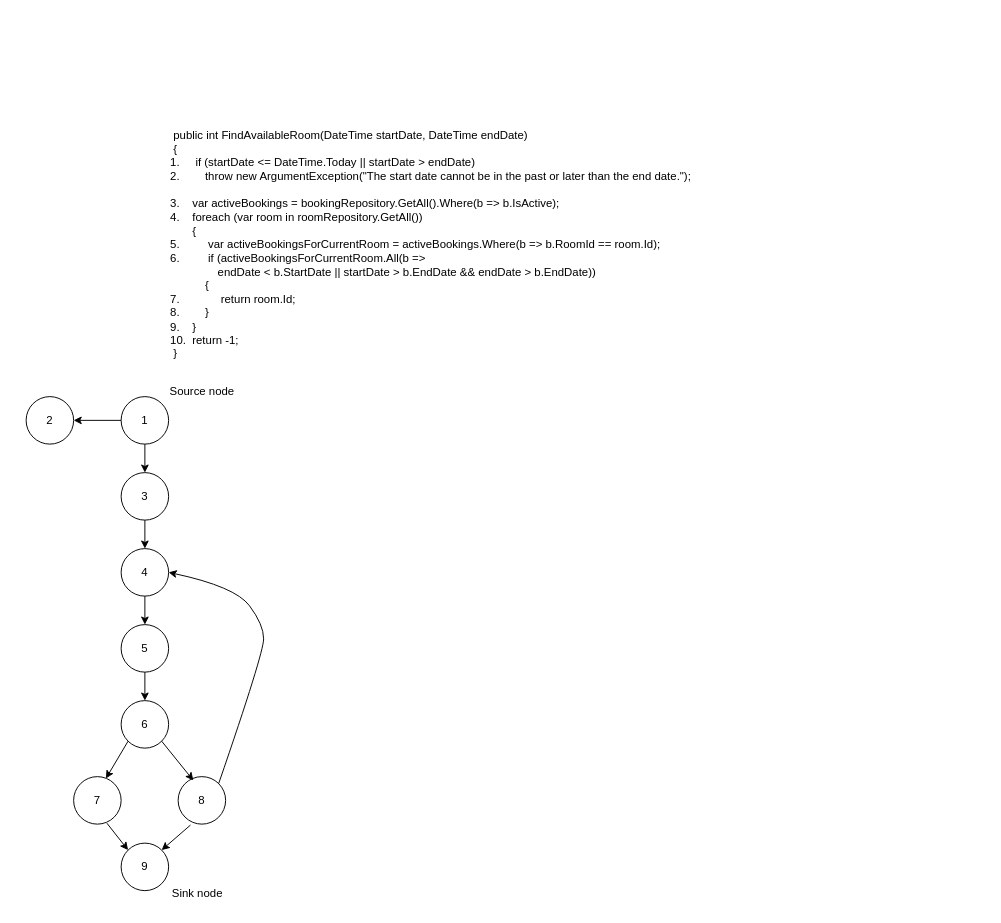
Before: page "GetFullyOccupiedDates" (2 of 2) of Unavngivet diagram.drawio in leaand01/WhiteBoxTesting_temp, a draw.io diagram. Source tidied: cells renumbered, new cells numbered last; positions are measured from the earlier drawing's top-left corner, leaving out a move shared by most shapes. Both pictures are drawn from the tidied source at 95%, with x=0, y=0 at pixel (26, 121).
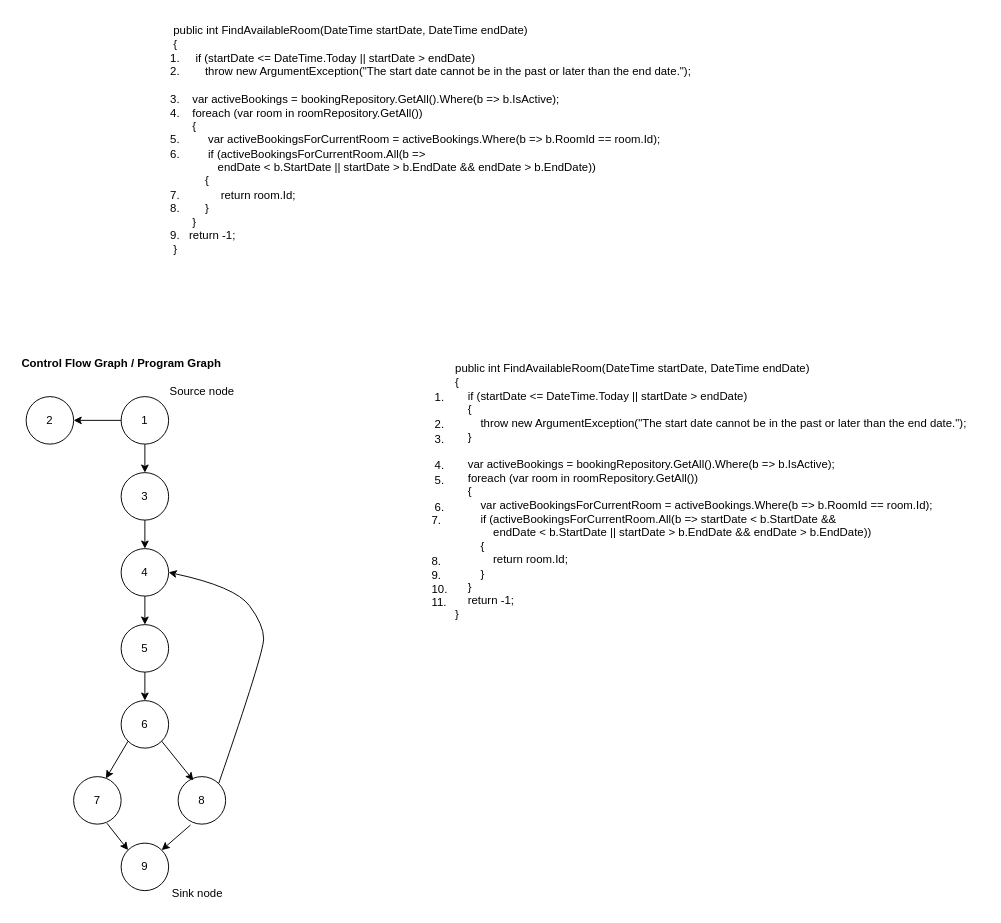
Above is the later version.

Commit message (it also covers changes not shown here):
update first program graph

Diff of the diagram source:
```diff
@@
-    <mxCell id="2" value="&lt;div&gt;&amp;nbsp;public int FindAvailableRoom(DateTime startDate, DateTime endDate)&lt;/div&gt;&lt;div&gt;&amp;nbsp;{&lt;/div&gt;&lt;div&gt;1.&amp;nbsp; &amp;nbsp; &amp;nbsp;if (startDate &amp;lt;= DateTime.Today || startDate &amp;gt; endDate)&lt;/div&gt;&lt;div&gt;2.&amp;nbsp; &amp;nbsp; &amp;nbsp; &amp;nbsp; throw new ArgumentException(&quot;The start date cannot be in the past or later than the end date.&quot;);&lt;/div&gt;&lt;div&gt;&lt;br&gt;&lt;/div&gt;&lt;div&gt;3.&amp;nbsp; &amp;nbsp; var activeBookings = bookingRepository.GetAll().Where(b =&amp;gt; b.IsActive);&lt;/div&gt;&lt;div&gt;4.&amp;nbsp; &amp;nbsp; foreach (var room in roomRepository.GetAll())&lt;/div&gt;&lt;div&gt;&amp;nbsp; &amp;nbsp; &amp;nbsp; &amp;nbsp;{&lt;/div&gt;&lt;div&gt;5.&amp;nbsp; &amp;nbsp; &amp;nbsp; &amp;nbsp; &amp;nbsp;var activeBookingsForCurrentRoom = activeBookings.Where(b =&amp;gt; b.RoomId == room.Id);&lt;/div&gt;&lt;div&gt;6.&amp;nbsp; &amp;nbsp; &amp;nbsp; &amp;nbsp; &amp;nbsp;if (activeBookingsForCurrentRoom.All(b =&amp;gt; &lt;/div&gt;&lt;div&gt;&amp;nbsp; &amp;nbsp; &amp;nbsp; &amp;nbsp; &amp;nbsp; &amp;nbsp; &amp;nbsp; &amp;nbsp;endDate &amp;lt; b.StartDate || startDate &amp;gt; b.EndDate &amp;amp;&amp;amp; endDate &amp;gt; b.EndDate))&lt;/div&gt;&lt;div&gt;&amp;nbsp; &amp;nbsp; &amp;nbsp; &amp;nbsp; &amp;nbsp; &amp;nbsp;{&lt;/div&gt;&lt;div&gt;7.&amp;nbsp; &amp;nbsp; &amp;nbsp; &amp;nbsp; &amp;nbsp; &amp;nbsp; &amp;nbsp;return room.Id;&lt;/div&gt;&lt;div&gt;8.&amp;nbsp; &amp;nbsp; &amp;nbsp; &amp;nbsp; }&lt;/div&gt;&lt;div&gt;9.&amp;nbsp; &amp;nbsp; }&lt;/div&gt;&lt;div&gt;10.&amp;nbsp; return -1;&lt;/div&gt;&lt;div&gt;&amp;nbsp;}&lt;/div&gt;" style="text;html=1;align=left;verticalAlign=middle;strokeColor=none;fillColor=none;" parent="1" vertex="1">
-      <mxGeometry x="150" width="570" height="260" as="geometry" />
+    <mxCell id="2" value="&lt;div&gt;&amp;nbsp;public int FindAvailableRoom(DateTime startDate, DateTime endDate)&lt;/div&gt;&lt;div&gt;&amp;nbsp;{&lt;/div&gt;&lt;div&gt;1.&amp;nbsp; &amp;nbsp; &amp;nbsp;if (startDate &amp;lt;= DateTime.Today || startDate &amp;gt; endDate)&lt;/div&gt;&lt;div&gt;2.&amp;nbsp; &amp;nbsp; &amp;nbsp; &amp;nbsp; throw new ArgumentException(&quot;The start date cannot be in the past or later than the end date.&quot;);&lt;/div&gt;&lt;div&gt;&lt;br&gt;&lt;/div&gt;&lt;div&gt;3.&amp;nbsp; &amp;nbsp; var activeBookings = bookingRepository.GetAll().Where(b =&amp;gt; b.IsActive);&lt;/div&gt;&lt;div&gt;4.&amp;nbsp; &amp;nbsp; foreach (var room in roomRepository.GetAll())&lt;/div&gt;&lt;div&gt;&amp;nbsp; &amp;nbsp; &amp;nbsp; &amp;nbsp;{&lt;/div&gt;&lt;div&gt;5.&amp;nbsp; &amp;nbsp; &amp;nbsp; &amp;nbsp; &amp;nbsp;var activeBookingsForCurrentRoom = activeBookings.Where(b =&amp;gt; b.RoomId == room.Id);&lt;/div&gt;&lt;div&gt;6.&amp;nbsp; &amp;nbsp; &amp;nbsp; &amp;nbsp; &amp;nbsp;if (activeBookingsForCurrentRoom.All(b =&amp;gt; &lt;/div&gt;&lt;div&gt;&amp;nbsp; &amp;nbsp; &amp;nbsp; &amp;nbsp; &amp;nbsp; &amp;nbsp; &amp;nbsp; &amp;nbsp;endDate &amp;lt; b.StartDate || startDate &amp;gt; b.EndDate &amp;amp;&amp;amp; endDate &amp;gt; b.EndDate))&lt;/div&gt;&lt;div&gt;&amp;nbsp; &amp;nbsp; &amp;nbsp; &amp;nbsp; &amp;nbsp; &amp;nbsp;{&lt;/div&gt;&lt;div&gt;7.&amp;nbsp; &amp;nbsp; &amp;nbsp; &amp;nbsp; &amp;nbsp; &amp;nbsp; &amp;nbsp;return room.Id;&lt;/div&gt;&lt;div&gt;8.&amp;nbsp; &amp;nbsp; &amp;nbsp; &amp;nbsp; }&lt;/div&gt;&lt;div&gt;&amp;nbsp; &amp;nbsp; &amp;nbsp; &amp;nbsp;}&lt;/div&gt;&lt;div&gt;9.&amp;nbsp; &amp;nbsp;return -1;&lt;/div&gt;&lt;div&gt;&amp;nbsp;}&lt;/div&gt;" style="text;html=1;align=left;verticalAlign=middle;strokeColor=none;fillColor=none;" parent="1" vertex="1">
+      <mxGeometry x="150" y="-110" width="570" height="260" as="geometry" />
     </mxCell>
@@
+    <mxCell id="24" value="Control Flow Graph / Program Graph" style="text;html=1;align=center;verticalAlign=middle;strokeColor=none;fillColor=none;fontStyle=1;" parent="1" vertex="1">
+      <mxGeometry x="-10" y="240" width="220" height="30" as="geometry" />
+    </mxCell>
+    <mxCell id="25" value="&lt;div&gt;public int FindAvailableRoom(DateTime startDate, DateTime endDate)&lt;/div&gt;&lt;div&gt;{&lt;/div&gt;&lt;div&gt;&amp;nbsp; &amp;nbsp; if (startDate &amp;lt;= DateTime.Today || startDate &amp;gt; endDate)&lt;/div&gt;&lt;div&gt;&amp;nbsp; &amp;nbsp; {&lt;/div&gt;&lt;div&gt;&amp;nbsp; &amp;nbsp; &amp;nbsp; &amp;nbsp; throw new ArgumentException(&quot;The start date cannot be in the past or later than the end date.&quot;);&lt;/div&gt;&lt;div&gt;&amp;nbsp; &amp;nbsp; }&lt;/div&gt;&lt;div&gt;&amp;nbsp; &amp;nbsp; &amp;nbsp; &amp;nbsp;&amp;nbsp;&lt;/div&gt;&lt;div&gt;&amp;nbsp; &amp;nbsp; var activeBookings = bookingRepository.GetAll().Where(b =&amp;gt; b.IsActive);&lt;/div&gt;&lt;div&gt;&amp;nbsp; &amp;nbsp; foreach (var room in roomRepository.GetAll())&amp;nbsp;&lt;/div&gt;&lt;div&gt;&amp;nbsp; &amp;nbsp; {&lt;/div&gt;&lt;div&gt;&amp;nbsp; &amp;nbsp; &amp;nbsp; &amp;nbsp; var activeBookingsForCurrentRoom = activeBookings.Where(b =&amp;gt; b.RoomId == room.Id);&lt;/div&gt;&lt;div&gt;&amp;nbsp; &amp;nbsp; &amp;nbsp; &amp;nbsp; if (activeBookingsForCurrentRoom.All(b =&amp;gt; startDate &amp;lt; b.StartDate &amp;amp;&amp;amp;&lt;/div&gt;&lt;div&gt;&amp;nbsp; &amp;nbsp; &amp;nbsp; &amp;nbsp; &amp;nbsp; &amp;nbsp; endDate &amp;lt; b.StartDate || startDate &amp;gt; b.EndDate &amp;amp;&amp;amp; endDate &amp;gt; b.EndDate))&lt;/div&gt;&lt;div&gt;&amp;nbsp; &amp;nbsp; &amp;nbsp; &amp;nbsp; {&lt;/div&gt;&lt;div&gt;&amp;nbsp; &amp;nbsp; &amp;nbsp; &amp;nbsp; &amp;nbsp; &amp;nbsp; return room.Id;&lt;/div&gt;&lt;div&gt;&amp;nbsp; &amp;nbsp; &amp;nbsp; &amp;nbsp; }&lt;/div&gt;&lt;div&gt;&amp;nbsp; &amp;nbsp; }&lt;/div&gt;&lt;div&gt;&amp;nbsp; &amp;nbsp; return -1;&lt;/div&gt;&lt;div&gt;}&lt;/div&gt;" style="text;html=1;align=left;verticalAlign=middle;strokeColor=none;fillColor=none;" parent="1" vertex="1">
+      <mxGeometry x="450" y="245" width="560" height="290" as="geometry" />
+    </mxCell>
+    <mxCell id="26" value="&lt;div&gt;&lt;span style=&quot;background-color: initial;&quot;&gt;1.&lt;/span&gt;&lt;br&gt;&lt;/div&gt;&lt;div&gt;&lt;br&gt;&lt;/div&gt;&lt;div&gt;2.&lt;/div&gt;&lt;div&gt;3.&lt;/div&gt;&lt;div&gt;&lt;br&gt;&lt;/div&gt;&lt;div&gt;4.&lt;/div&gt;&lt;div&gt;5.&lt;/div&gt;&lt;div&gt;&lt;br&gt;&lt;/div&gt;&lt;div&gt;6.&lt;/div&gt;&lt;div style=&quot;text-align: left;&quot;&gt;7.&lt;/div&gt;&lt;div style=&quot;text-align: left;&quot;&gt;&lt;br&gt;&lt;/div&gt;&lt;div style=&quot;text-align: left;&quot;&gt;&lt;br&gt;&lt;/div&gt;&lt;div style=&quot;text-align: left;&quot;&gt;8.&lt;/div&gt;&lt;div style=&quot;text-align: left;&quot;&gt;9.&lt;/div&gt;&lt;div style=&quot;text-align: left;&quot;&gt;10.&lt;/div&gt;&lt;div style=&quot;text-align: left;&quot;&gt;11.&lt;/div&gt;" style="text;html=1;align=center;verticalAlign=middle;strokeColor=none;fillColor=none;" parent="1" vertex="1">
+      <mxGeometry x="415" y="279" width="40" height="240" as="geometry" />
+    </mxCell>
```
